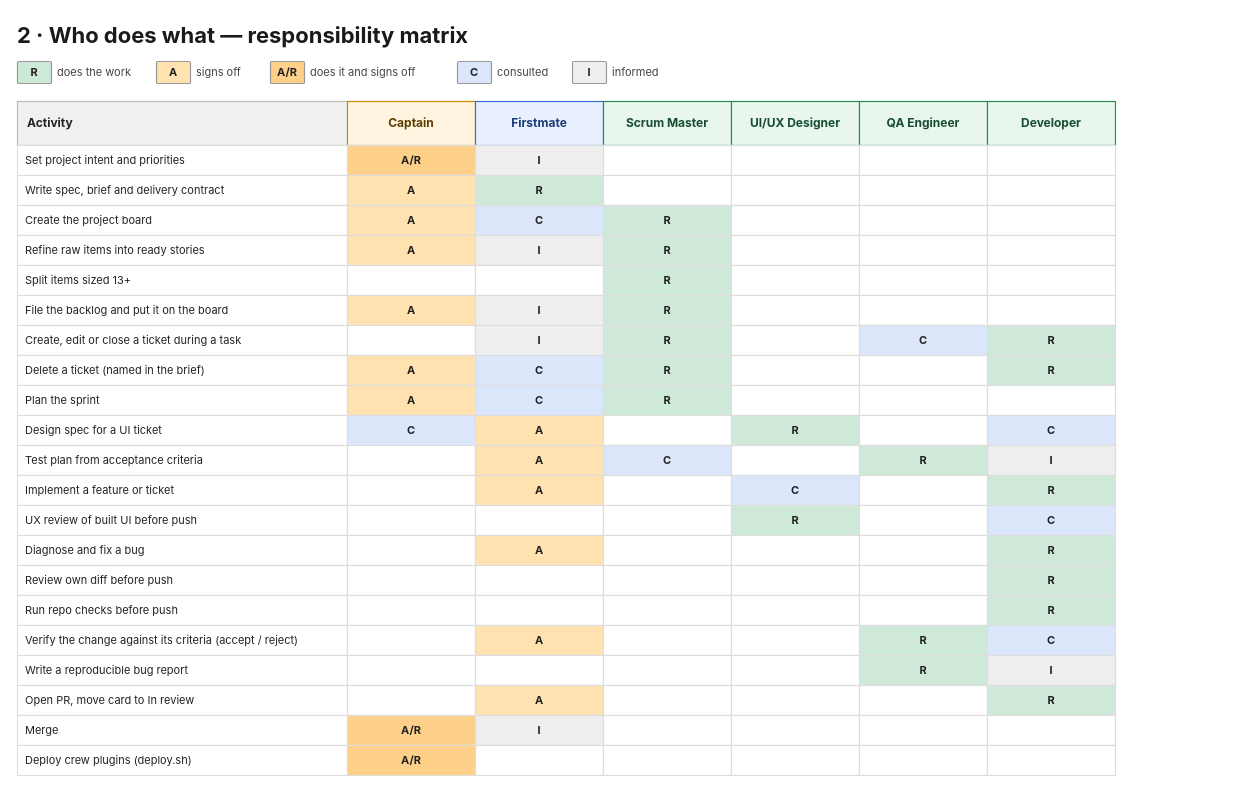
Earlier version of the draw.io diagram page "2 · Responsibility matrix" (2 of 3) of docs/firstmate/team.drawio (shulginilya/ai_agency_plugins). Source tidied: cells renumbered, new cells numbered last; positions are measured from the earlier drawing's top-left corner, leaving out a move shared by most shapes. Both pictures are drawn from the tidied source at 100%, with x=0, y=0 at pixel (17, 17).
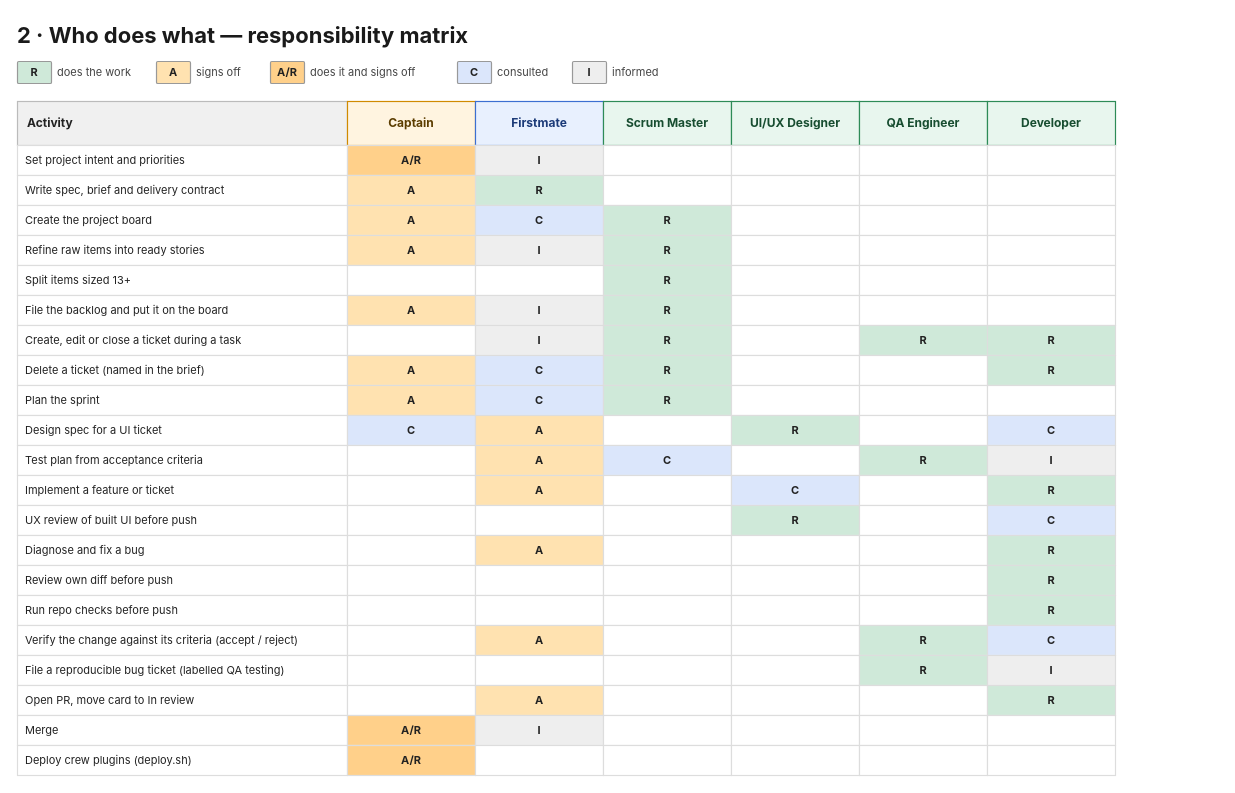
Above is the later version.

What changed in the source:
```diff
@@
-    <mxCell id="67" value="&lt;div style=&quot;font-size:11px;&quot;&gt;&lt;b&gt;C&lt;/b&gt;&lt;/div&gt;" style="rounded=0;arcSize=6;whiteSpace=wrap;html=1;fillColor=#dbe6fb;strokeColor=#dddddd;fontColor=#222222;strokeWidth=1.2;align=center;verticalAlign=middle;spacing=2;fontFamily=Inter;" parent="1" vertex="1">
+    <mxCell id="67" value="&lt;div style=&quot;font-size:11px;&quot;&gt;&lt;b&gt;R&lt;/b&gt;&lt;/div&gt;" style="rounded=0;arcSize=6;whiteSpace=wrap;html=1;fillColor=#cfe9d9;strokeColor=#dddddd;fontColor=#222222;strokeWidth=1.2;align=center;verticalAlign=middle;spacing=2;fontFamily=Inter;" parent="1" vertex="1">
       <mxGeometry x="842" y="308" width="128" height="30" as="geometry" />
     </mxCell>
@@
-    <mxCell id="139" value="&lt;div style=&quot;font-size:11px;&quot;&gt;Write a reproducible bug report&lt;/div&gt;" style="rounded=0;arcSize=6;whiteSpace=wrap;html=1;fillColor=#ffffff;strokeColor=#dddddd;fontColor=#222222;strokeWidth=1.2;align=left;verticalAlign=middle;spacing=8;fontFamily=Inter;" parent="1" vertex="1">
+    <mxCell id="139" value="&lt;div style=&quot;font-size:11px;&quot;&gt;File a reproducible bug ticket (labelled QA testing)&lt;/div&gt;" style="rounded=0;arcSize=6;whiteSpace=wrap;html=1;fillColor=#ffffff;strokeColor=#dddddd;fontColor=#222222;strokeWidth=1.2;align=left;verticalAlign=middle;spacing=8;fontFamily=Inter;" parent="1" vertex="1">
       <mxGeometry y="638" width="330" height="30" as="geometry" />
     </mxCell>
```
